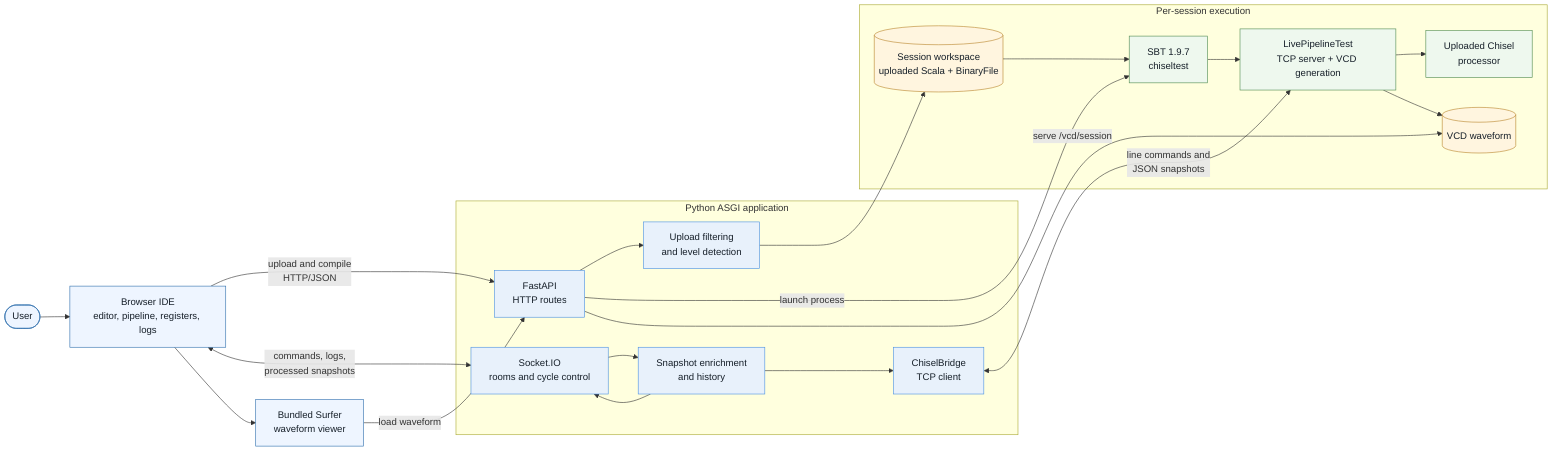
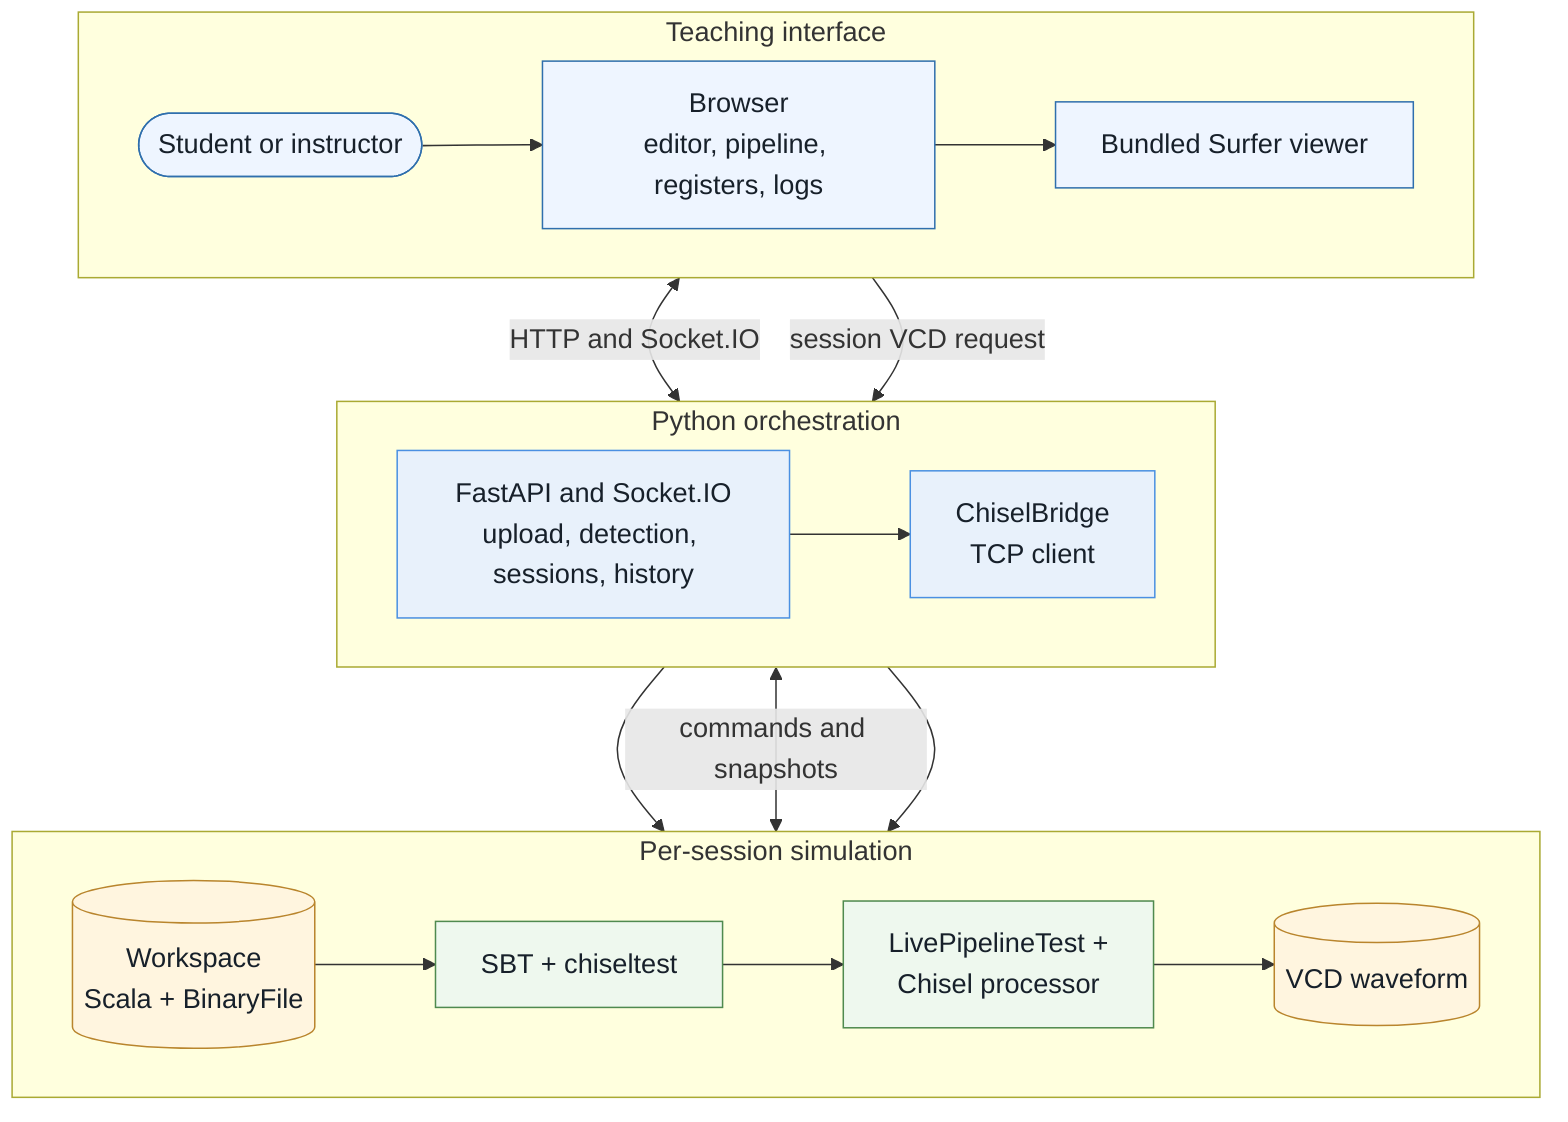
- flowchart LR
-     User([User]) --> Browser[Browser IDE<br/>editor, pipeline, registers, logs]
- 
-     subgraph Web[Python ASGI application]
-         API[FastAPI<br/>HTTP routes]
-         WS[Socket.IO<br/>rooms and cycle control]
-         Detect[Upload filtering<br/>and level detection]
-         Enrich[Snapshot enrichment<br/>and history]
-         Bridge[ChiselBridge<br/>TCP client]
+ %%{init: {"themeVariables": {"fontSize": "18px", "fontFamily": "Arial"}, "flowchart": {"nodeSpacing": 45, "rankSpacing": 55}}}%%
+ flowchart TB
+     subgraph UI[Teaching interface]
+         direction LR
+         User([Student or instructor]) --> Browser[Browser<br/>editor, pipeline, registers, logs]
+         Browser --> Surfer[Bundled Surfer viewer]
    end

-     subgraph Session[Per-session execution]
-         Workspace[(Session workspace<br/>uploaded Scala + BinaryFile)]
-         SBT[SBT 1.9.7<br/>chiseltest]
-         Test[LivePipelineTest<br/>TCP server + VCD generation]
-         Core[Uploaded Chisel<br/>processor]
-         VCD[(VCD waveform)]
+     subgraph Web[Python orchestration]
+         direction LR
+         Backend[FastAPI and Socket.IO<br/>upload, detection, sessions, history] --> Bridge[ChiselBridge<br/>TCP client]
    end

-     Browser -->|upload and compile<br/>HTTP/JSON| API
-     Browser <-->|commands, logs,<br/>processed snapshots| WS
-     API --> Detect --> Workspace
-     API -->|launch process| SBT
-     Workspace --> SBT --> Test --> Core
-     WS --> Enrich --> Bridge
-     Bridge <-->|line commands and<br/>JSON snapshots| Test
-     Enrich --> WS
-     Test --> VCD
-     API -->|serve /vcd/session| VCD
-     Browser --> Surfer[Bundled Surfer<br/>waveform viewer]
-     Surfer -->|load waveform| API
+     subgraph Session[Per-session simulation]
+         direction LR
+         Workspace[(Workspace<br/>Scala + BinaryFile)] --> SBT[SBT + chiseltest]
+         SBT --> Test[LivePipelineTest +<br/>Chisel processor] --> VCD[(VCD waveform)]
+     end
+ 
+     Browser <-->|HTTP and Socket.IO| Backend
+     Backend --> Workspace
+     Bridge <-->|commands and snapshots| Test
+     Surfer -->|session VCD request| Backend
+     Backend --> VCD

    classDef user fill:#eef5ff,stroke:#2f6fad,color:#17202a;
    classDef python fill:#e8f1fb,stroke:#4a90e2,color:#17202a;
    classDef session fill:#eef8ee,stroke:#4f8a4f,color:#17202a;
    classDef data fill:#fff5df,stroke:#b9852d,color:#17202a;
    class User,Browser,Surfer user;
-     class API,WS,Detect,Enrich,Bridge python;
-     class SBT,Test,Core session;
+     class Backend,Bridge python;
+     class SBT,Test session;
    class Workspace,VCD data;
